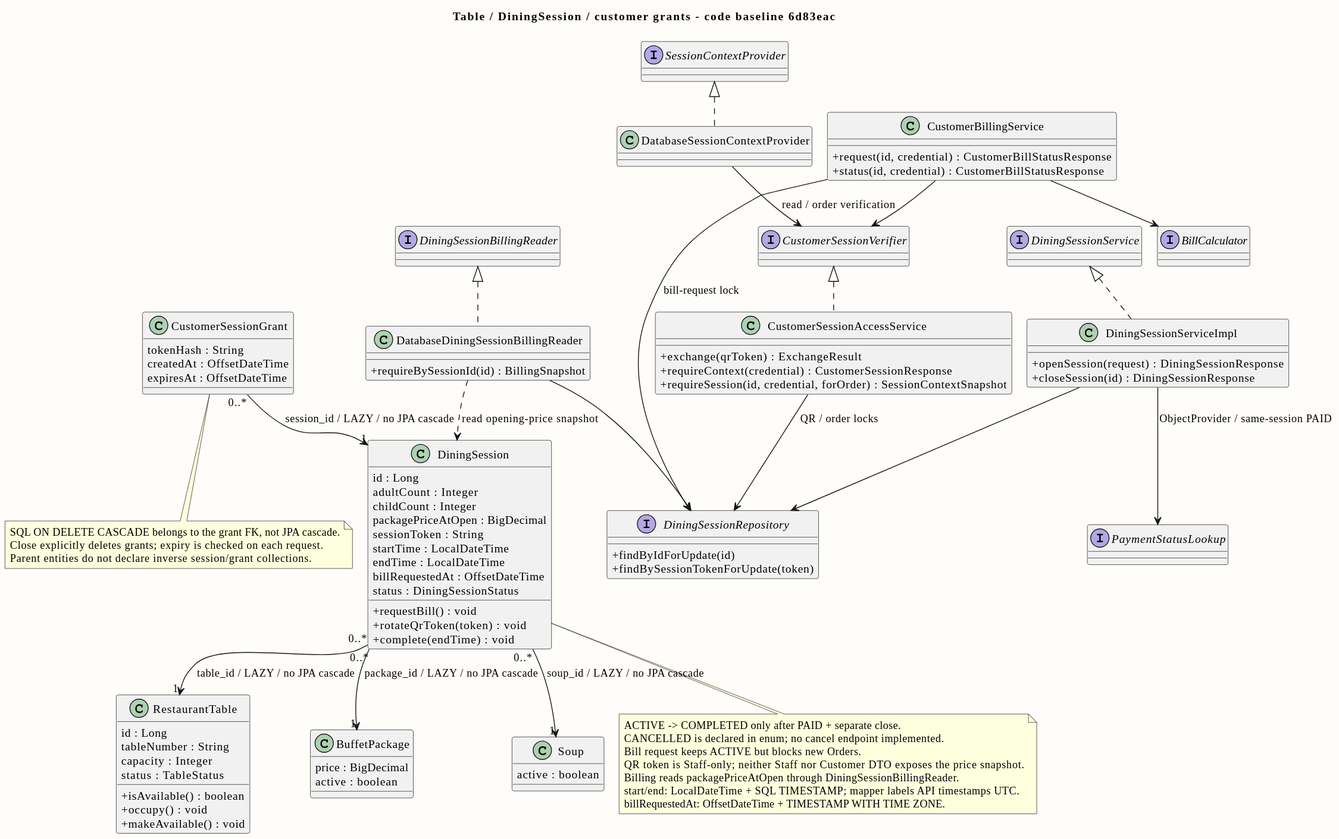
This is doc/diagrams/previews/class-table-session.svg from PavaritPramual/buffet-restaurant-management-system, a PlantUML export, as it was before one commit.
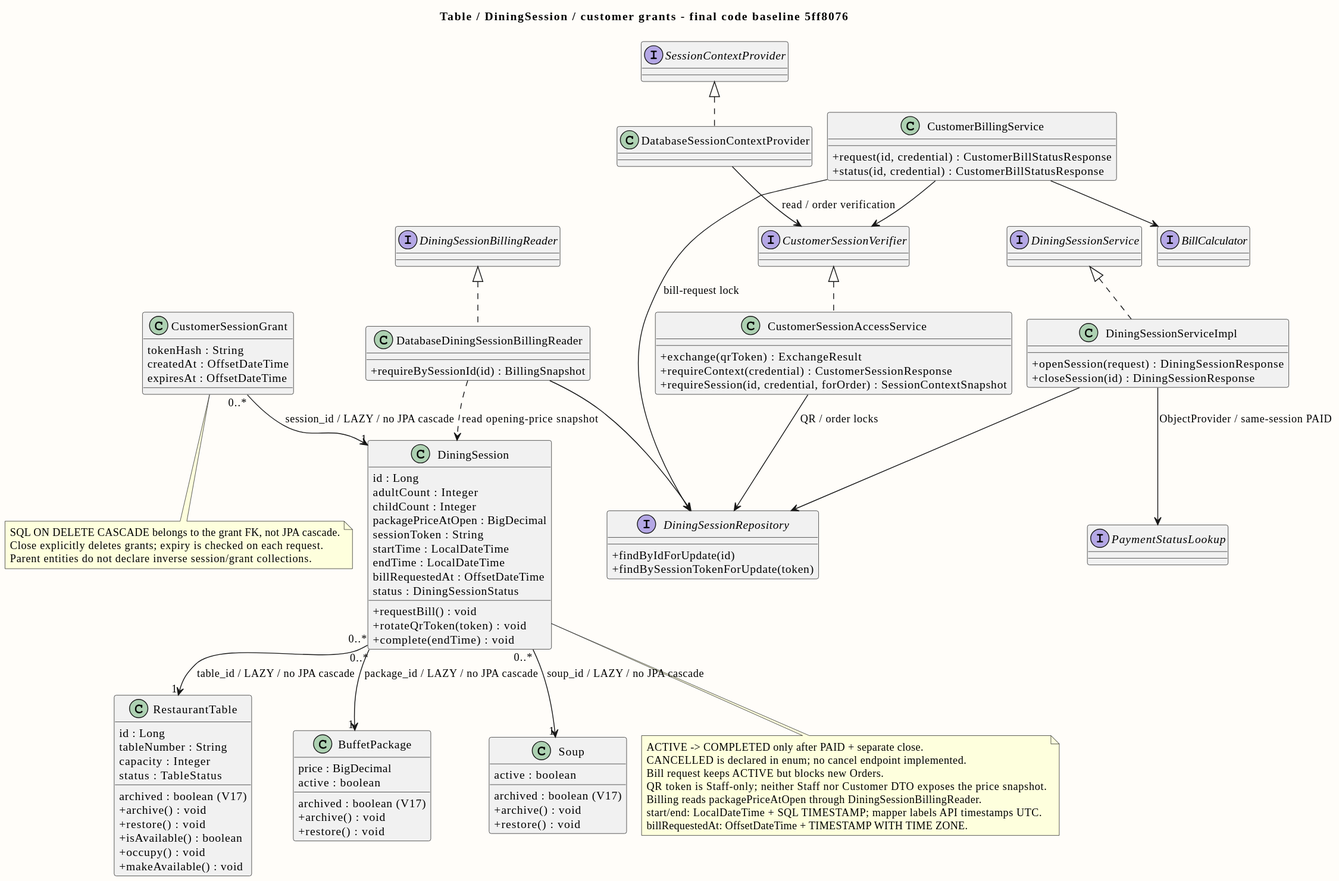
The same file after the commit.

What changed in the source:
```diff
@@ -4,8 +4,11 @@
 skinparam classAttributeIconSize 0
 skinparam backgroundColor #FFFDF9
 skinparam defaultFontName Tahoma
-title Table / DiningSession / customer grants - code baseline 6d83eac
+title Table / DiningSession / customer grants - final code baseline 5ff8076
 class RestaurantTable {
+ archived : boolean (V17)
+ +archive() : void
+ +restore() : void
  id : Long
  tableNumber : String
  capacity : Integer
@@ -34,10 +37,16 @@
  expiresAt : OffsetDateTime
 }
 class BuffetPackage {
+ archived : boolean (V17)
+ +archive() : void
+ +restore() : void
  price : BigDecimal
  active : boolean
 }
 class Soup {
+ archived : boolean (V17)
+ +archive() : void
+ +restore() : void
  active : boolean
 }
 interface DiningSessionService
```
